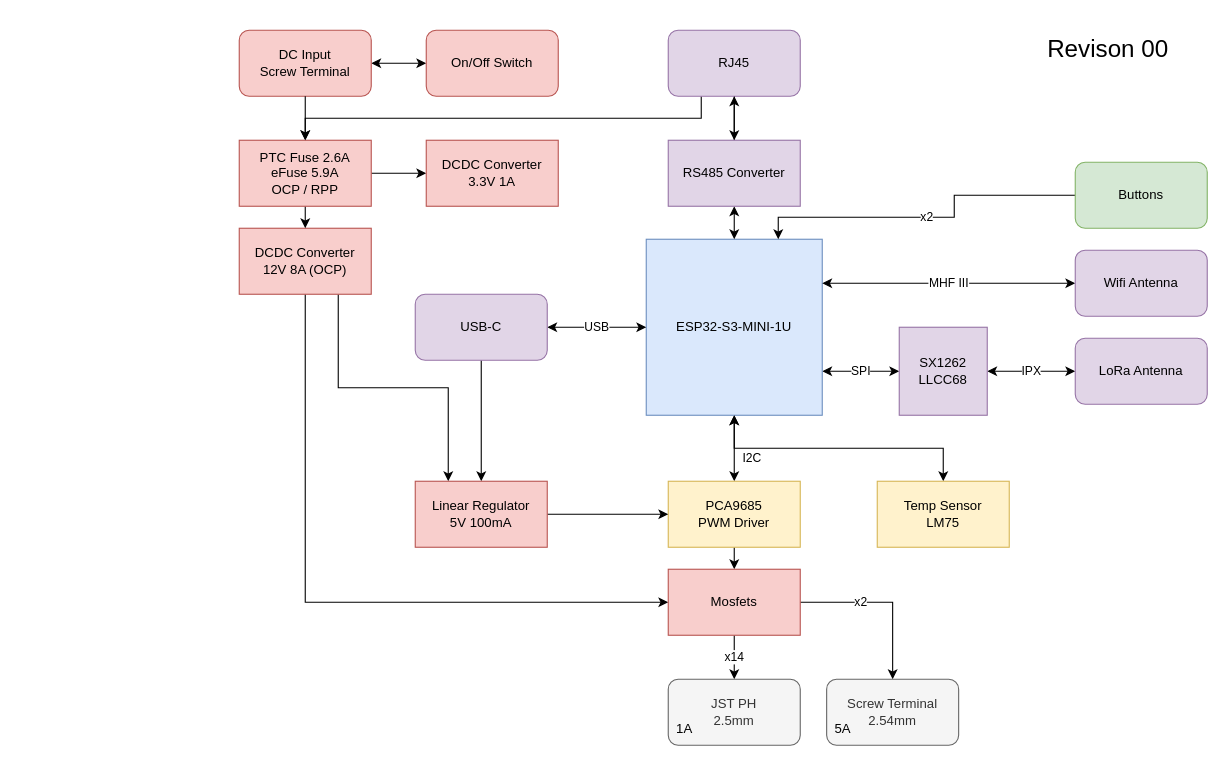
This is pcb/display/_dev/Diagram_Display.drawio from DLaxV-Community-Projects-Hub/Open-Shot-Clock, a draw.io file, before an edit. Source tidied: cells renumbered, new cells numbered last; positions are measured from the earlier drawing's top-left corner, leaving out a move shared by most shapes. Both pictures are drawn from the tidied source at 110%, with x=0, y=0 at pixel (239, 19).
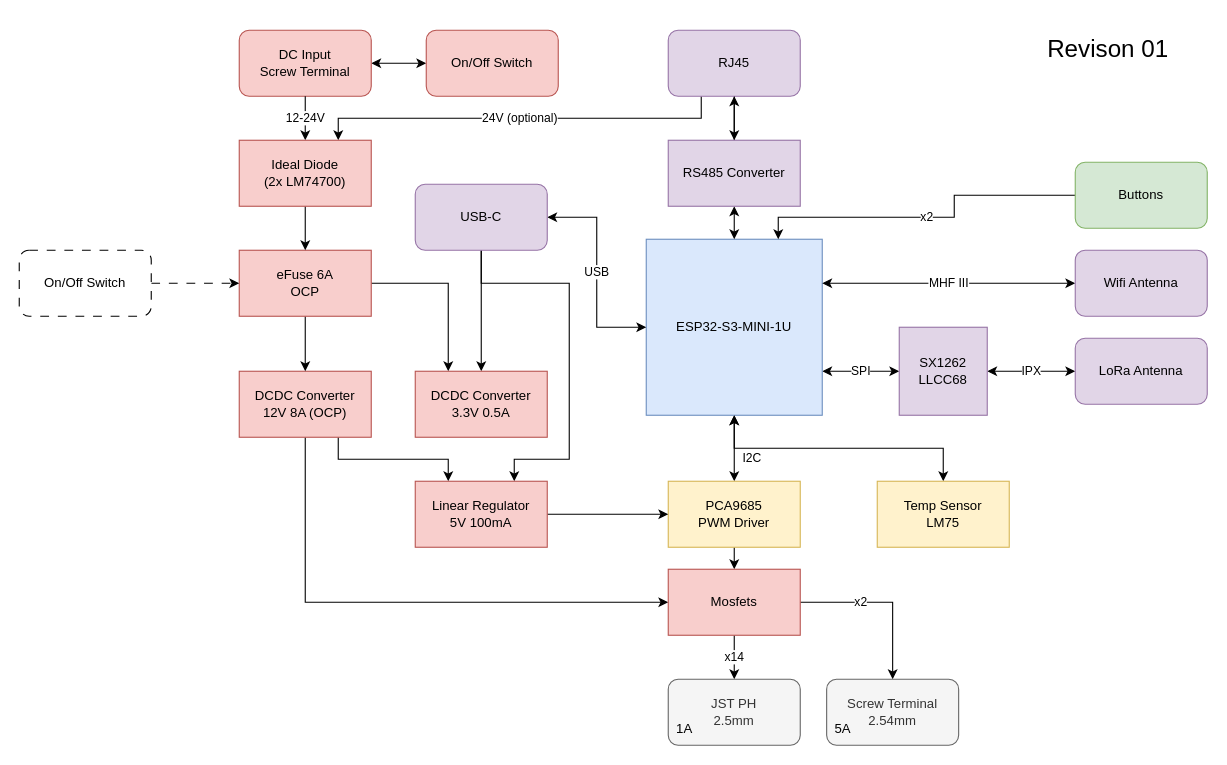
The same page after the edit.

The change refers to these unchanged cells:
```xml
<mxCell id="12" value="RJ45" style="rounded=1;whiteSpace=wrap;html=1;fillColor=#e1d5e7;strokeColor=#9673a6;" parent="1" vertex="1">
  <mxGeometry x="390" y="10" width="120" height="60" as="geometry" />
</mxCell>
<mxCell id="17" value="DC Input&lt;div&gt;Screw Terminal&lt;/div&gt;" style="rounded=1;whiteSpace=wrap;html=1;fillColor=#f8cecc;strokeColor=#b85450;" parent="1" vertex="1">
  <mxGeometry y="10" width="120" height="60" as="geometry" />
</mxCell>
<mxCell id="42" value="Linear Regulator&lt;div&gt;5V 100mA&lt;/div&gt;" style="rounded=0;whiteSpace=wrap;html=1;fillColor=#f8cecc;strokeColor=#b85450;" parent="1" vertex="1">
  <mxGeometry x="160" y="420" width="120" height="60" as="geometry" />
</mxCell>
```

What changed in the source:
```diff
@@
+    <mxCell id="46" style="edgeStyle=orthogonalEdgeStyle;rounded=0;jettySize=auto;html=1;exitX=0.5;exitY=1;exitDx=0;exitDy=0;entryX=0.5;entryY=0;entryDx=0;entryDy=0;" parent="1" edge="1" source="9" target="40">
+      <mxGeometry relative="1" as="geometry" />
+    </mxCell>
-    <mxCell id="8" style="edgeStyle=orthogonalEdgeStyle;rounded=0;jettySize=auto;html=1;exitX=0.5;exitY=1;exitDx=0;exitDy=0;entryX=0.5;entryY=0;entryDx=0;entryDy=0;" parent="1" edge="1" source="9" target="42">
-      <mxGeometry relative="1" as="geometry" />
+    <mxCell id="8" style="edgeStyle=orthogonalEdgeStyle;rounded=0;jettySize=auto;html=1;exitX=0.5;exitY=1;exitDx=0;exitDy=0;entryX=0.75;entryY=0;entryDx=0;entryDy=0;" parent="1" edge="1" source="9" target="42">
+      <mxGeometry relative="1" as="geometry">
+        <Array as="points">
+          <mxPoint x="220" y="240" />
+          <mxPoint x="300" y="240" />
+          <mxPoint x="300" y="400" />
+          <mxPoint x="250" y="400" />
+        </Array>
+      </mxGeometry>
     </mxCell>
     <mxCell id="9" value="USB-C" style="rounded=1;whiteSpace=wrap;html=1;fillColor=#e1d5e7;strokeColor=#9673a6;" parent="1" vertex="1">
-      <mxGeometry x="160" y="250" width="120" height="60" as="geometry" />
+      <mxGeometry x="160" y="150" width="120" height="60" as="geometry" />
     </mxCell>
@@
-    <mxCell id="11" style="edgeStyle=orthogonalEdgeStyle;rounded=0;jettySize=auto;html=1;exitX=0.25;exitY=1;exitDx=0;exitDy=0;entryX=0.5;entryY=0;entryDx=0;entryDy=0;" parent="1" edge="1" source="12" target="33">
+    <mxCell id="11" value="24V (optional)" style="edgeStyle=orthogonalEdgeStyle;rounded=0;jettySize=auto;html=1;exitX=0.25;exitY=1;exitDx=0;exitDy=0;entryX=0.75;entryY=0;entryDx=0;entryDy=0;" parent="1" edge="1" source="12" target="48">
       <mxGeometry relative="1" as="geometry">
         <Array as="points">
           <mxPoint x="420" y="90" />
-          <mxPoint x="60" y="90" />
+          <mxPoint x="90" y="90" />
         </Array>
       </mxGeometry>
     </mxCell>
@@
     <mxCell id="20" value="DCDC Converter&lt;div&gt;12V 8A (OCP)&lt;/div&gt;" style="rounded=0;whiteSpace=wrap;html=1;fillColor=#f8cecc;strokeColor=#b85450;" parent="1" vertex="1">
-      <mxGeometry y="190" width="120" height="60" as="geometry" />
+      <mxGeometry y="320" width="120" height="60" as="geometry" />
     </mxCell>
@@
-    <mxCell id="32" style="edgeStyle=orthogonalEdgeStyle;rounded=0;jettySize=auto;html=1;exitX=1;exitY=0.5;exitDx=0;exitDy=0;" parent="1" edge="1" source="33" target="40">
+    <mxCell id="32" style="edgeStyle=orthogonalEdgeStyle;rounded=0;jettySize=auto;html=1;exitX=1;exitY=0.5;exitDx=0;exitDy=0;entryX=0.25;entryY=0;entryDx=0;entryDy=0;" parent="1" edge="1" source="33" target="40">
       <mxGeometry relative="1" as="geometry" />
     </mxCell>
-    <mxCell id="33" value="&lt;div&gt;PTC Fuse 2.6A&lt;/div&gt;eFuse&amp;nbsp;&lt;span style=&quot;background-color: initial;&quot;&gt;5.9A&lt;/span&gt;&lt;div&gt;&lt;span style=&quot;background-color: initial;&quot;&gt;OCP / RPP&lt;/span&gt;&lt;/div&gt;" style="rounded=0;whiteSpace=wrap;html=1;fillColor=#f8cecc;strokeColor=#b85450;" parent="1" vertex="1">
-      <mxGeometry y="110" width="120" height="60" as="geometry" />
+    <mxCell id="33" value="&lt;div&gt;&lt;span style=&quot;background-color: initial;&quot;&gt;eFuse 6&lt;/span&gt;&lt;span style=&quot;background-color: initial;&quot;&gt;A&lt;/span&gt;&lt;br&gt;&lt;/div&gt;&lt;div&gt;&lt;span style=&quot;background-color: initial;&quot;&gt;OCP&lt;/span&gt;&lt;/div&gt;" style="rounded=0;whiteSpace=wrap;html=1;fillColor=#f8cecc;strokeColor=#b85450;" parent="1" vertex="1">
+      <mxGeometry y="210" width="120" height="60" as="geometry" />
     </mxCell>
-    <mxCell id="34" style="edgeStyle=orthogonalEdgeStyle;rounded=0;jettySize=auto;html=1;exitX=0.5;exitY=1;exitDx=0;exitDy=0;entryX=0.5;entryY=0;entryDx=0;entryDy=0;" parent="1" edge="1" source="17" target="33">
+    <mxCell id="34" value="12-24V" style="edgeStyle=orthogonalEdgeStyle;rounded=0;jettySize=auto;html=1;exitX=0.5;exitY=1;exitDx=0;exitDy=0;" parent="1" edge="1" source="17" target="48">
       <mxGeometry relative="1" as="geometry" />
     </mxCell>
@@
-    <mxCell id="40" value="DCDC Converter&lt;div&gt;3.3V 1A&lt;/div&gt;" style="rounded=0;whiteSpace=wrap;html=1;fillColor=#f8cecc;strokeColor=#b85450;" parent="1" vertex="1">
-      <mxGeometry x="170" y="110" width="120" height="60" as="geometry" />
+    <mxCell id="40" value="DCDC Converter&lt;div&gt;3.3V 0.5A&lt;/div&gt;" style="rounded=0;whiteSpace=wrap;html=1;fillColor=#f8cecc;strokeColor=#b85450;" parent="1" vertex="1">
+      <mxGeometry x="160" y="320" width="120" height="60" as="geometry" />
     </mxCell>
@@
-    <mxCell id="45" value="Revison 00" style="text;html=1;align=center;verticalAlign=middle;whiteSpace=wrap;rounded=0;fontSize=22;" parent="1" vertex="1">
+    <mxCell id="45" value="Revison 01" style="text;html=1;align=center;verticalAlign=middle;whiteSpace=wrap;rounded=0;fontSize=22;" parent="1" vertex="1">
       <mxGeometry x="710" width="160" height="55" as="geometry" />
     </mxCell>
+    <mxCell id="47" style="edgeStyle=orthogonalEdgeStyle;rounded=0;jettySize=auto;html=1;exitX=0.5;exitY=1;exitDx=0;exitDy=0;entryX=0.5;entryY=0;entryDx=0;entryDy=0;" parent="1" edge="1" source="48" target="33">
+      <mxGeometry relative="1" as="geometry" />
+    </mxCell>
+    <mxCell id="48" value="&lt;div&gt;Ideal Diode&lt;/div&gt;&lt;div&gt;(2x LM74700)&lt;/div&gt;" style="rounded=0;whiteSpace=wrap;html=1;fillColor=#f8cecc;strokeColor=#b85450;" parent="1" vertex="1">
+      <mxGeometry y="110" width="120" height="60" as="geometry" />
+    </mxCell>
+    <mxCell id="49" style="edgeStyle=orthogonalEdgeStyle;rounded=0;jettySize=auto;html=1;exitX=1;exitY=0.5;exitDx=0;exitDy=0;entryX=0;entryY=0.5;entryDx=0;entryDy=0;dashed=1;dashPattern=8 8;" parent="1" edge="1" source="50" target="33">
+      <mxGeometry relative="1" as="geometry" />
+    </mxCell>
+    <mxCell id="50" value="On/Off Switch" style="rounded=1;whiteSpace=wrap;html=1;dashed=1;dashPattern=8 8;" parent="1" vertex="1">
+      <mxGeometry x="-200" y="210" width="120" height="60" as="geometry" />
+    </mxCell>
```
